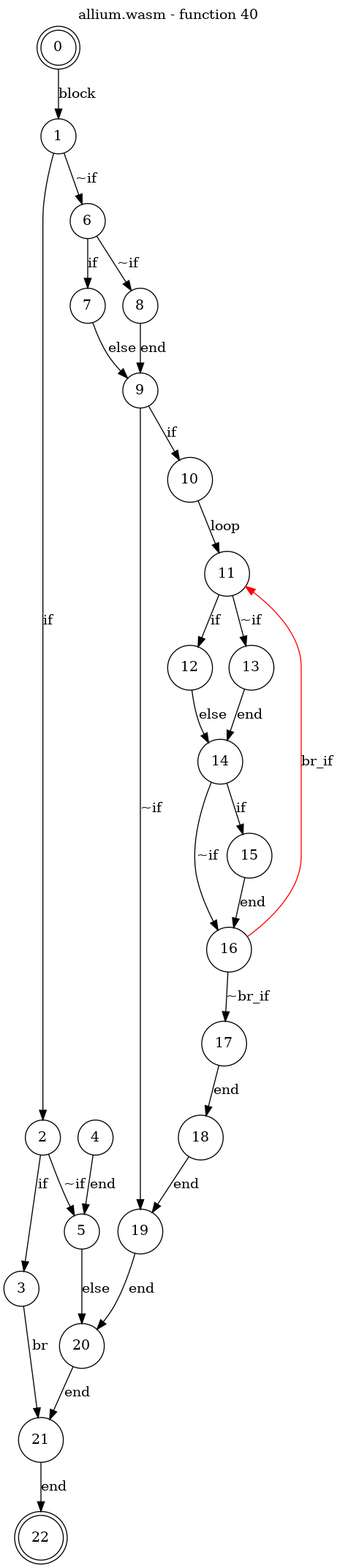
jsCarleton/wanalyze keeps this Graphviz diagram as test_cases/allium/funcs/allium-func40.png. Above is the earlier version. Its source is kept beside it as test_cases/allium/funcs/allium-func40.dot. Source of this version:
```dot
digraph finite_state_machine {
    label = "allium.wasm - function 40"
    labelloc =  t
    labelfontsize = 16
    labelfontcolor = black
    labelfontname = "Helvetica"
    node [shape = doublecircle]; 0 22;
    node [shape = circle];
    0 -> 1[label = "block"];
    1 -> 2[label = "if"];
    1 -> 6[label = "~if"];
    2 -> 3[label = "if"];
    2 -> 5[label = "~if"];
    3 -> 21[label = "br"];
    4 -> 5[label = "end"];
    5 -> 20[label = "else"];
    6 -> 7[label = "if"];
    6 -> 8[label = "~if"];
    7 -> 9[label = "else"];
    8 -> 9[label = "end"];
    9 -> 10[label = "if"];
    9 -> 19[label = "~if"];
    10 -> 11[label = "loop"];
    11 -> 12[label = "if"];
    11 -> 13[label = "~if"];
    12 -> 14[label = "else"];
    13 -> 14[label = "end"];
    14 -> 15[label = "if"];
    14 -> 16[label = "~if"];
    15 -> 16[label = "end"];
    16 -> 17[label = "~br_if"];
    16 -> 11[color="red" label = "br_if"];
    17 -> 18[label = "end"];
    18 -> 19[label = "end"];
    19 -> 20[label = "end"];
    20 -> 21[label = "end"];
    21 -> 22[label = "end"];
}
```
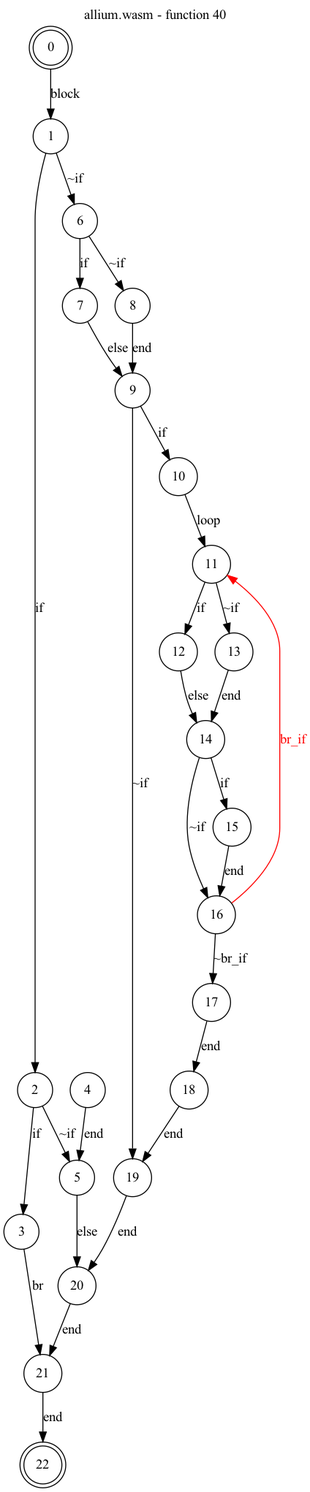
After the change.

What changed in the source:
```diff
@@ -6,33 +6,33 @@
     labelfontname = "Helvetica"
     node [shape = doublecircle]; 0 22;
     node [shape = circle];
-    0 -> 1[label = "block"];
-    1 -> 2[label = "if"];
-    1 -> 6[label = "~if"];
-    2 -> 3[label = "if"];
-    2 -> 5[label = "~if"];
-    3 -> 21[label = "br"];
-    4 -> 5[label = "end"];
-    5 -> 20[label = "else"];
-    6 -> 7[label = "if"];
-    6 -> 8[label = "~if"];
-    7 -> 9[label = "else"];
-    8 -> 9[label = "end"];
-    9 -> 10[label = "if"];
-    9 -> 19[label = "~if"];
-    10 -> 11[label = "loop"];
-    11 -> 12[label = "if"];
-    11 -> 13[label = "~if"];
-    12 -> 14[label = "else"];
-    13 -> 14[label = "end"];
-    14 -> 15[label = "if"];
-    14 -> 16[label = "~if"];
-    15 -> 16[label = "end"];
-    16 -> 17[label = "~br_if"];
-    16 -> 11[color="red" label = "br_if"];
-    17 -> 18[label = "end"];
-    18 -> 19[label = "end"];
-    19 -> 20[label = "end"];
-    20 -> 21[label = "end"];
-    21 -> 22[label = "end"];
+    0 -> 1[label="block"];
+    1 -> 2[label="if"];
+    1 -> 6[label="~if"];
+    2 -> 3[label="if"];
+    2 -> 5[label="~if"];
+    3 -> 21[label="br"];
+    4 -> 5[label="end"];
+    5 -> 20[label="else"];
+    6 -> 7[label="if"];
+    6 -> 8[label="~if"];
+    7 -> 9[label="else"];
+    8 -> 9[label="end"];
+    9 -> 10[label="if"];
+    9 -> 19[label="~if"];
+    10 -> 11[label="loop"];
+    11 -> 12[label="if"];
+    11 -> 13[label="~if"];
+    12 -> 14[label="else"];
+    13 -> 14[label="end"];
+    14 -> 15[label="if"];
+    14 -> 16[label="~if"];
+    15 -> 16[label="end"];
+    16 -> 17[label="~br_if"];
+    16 -> 11[color="red" fontcolor="red" label="br_if"];
+    17 -> 18[label="end"];
+    18 -> 19[label="end"];
+    19 -> 20[label="end"];
+    20 -> 21[label="end"];
+    21 -> 22[label="end"];
 }
```
